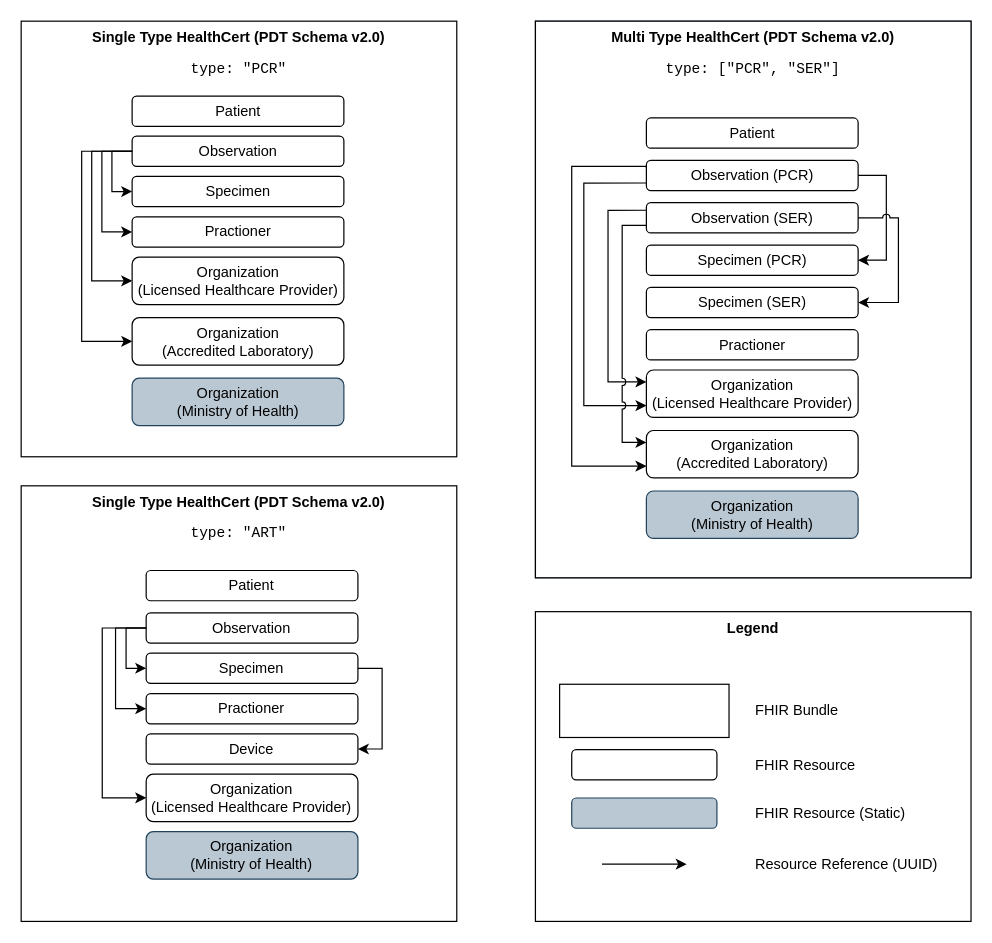
Notarise-gov-sg/api-notarise-healthcerts keeps this draw.io diagram as docs/images/fhir-bundle-diagram.drawio. Above is the earlier version. Source tidied: cells renumbered, new cells numbered last; positions are measured from the earlier drawing's top-left corner, leaving out a move shared by most shapes. Both pictures are drawn from the tidied source at 121%, with x=0, y=0 at pixel (21, 21).
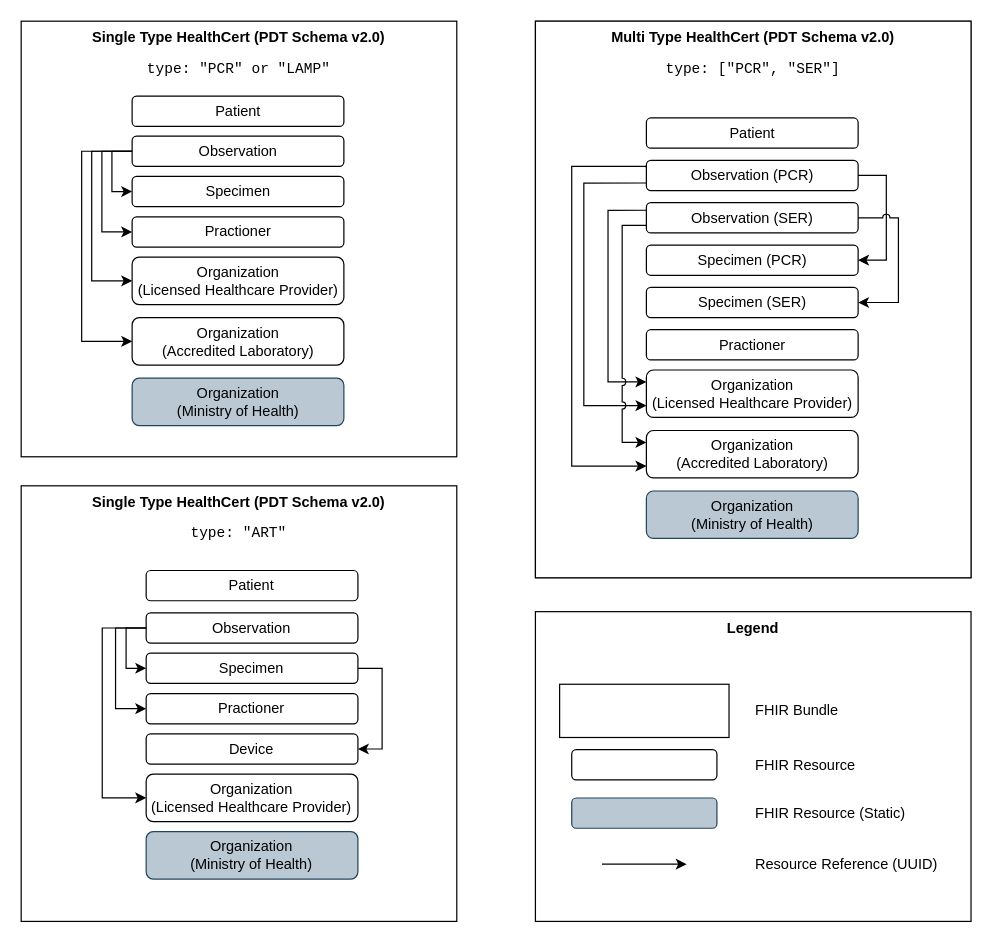
Above is the later version.

Commit message (it also covers changes not shown here):
docs: update diagram to include LAMP type (#525)

Unchanged cells that the change refers to:
```xml
<mxCell id="19" style="group;" parent="1" vertex="1">
  <mxGeometry width="360" height="360" as="geometry" />
</mxCell>
```

What changed in the source:
```diff
@@
-    <mxCell id="20" value="Single Type HealthCert (PDT Schema v2.0)&lt;br&gt;&lt;pre&gt;&lt;span style=&quot;font-weight: normal&quot;&gt;type: &quot;PCR&quot;&lt;/span&gt;&lt;/pre&gt;" style="rounded=0;whiteSpace=wrap;html=1;verticalAlign=top;fontStyle=1;" parent="19" vertex="1">
+    <mxCell id="20" value="Single Type HealthCert (PDT Schema v2.0)&lt;br&gt;&lt;pre&gt;&lt;span style=&quot;font-weight: normal&quot;&gt;type: &quot;PCR&quot; or &quot;LAMP&quot;&lt;/span&gt;&lt;/pre&gt;" style="rounded=0;whiteSpace=wrap;html=1;verticalAlign=top;fontStyle=1;" parent="19" vertex="1">
       <mxGeometry width="360" height="360" as="geometry" />
     </mxCell>
```
